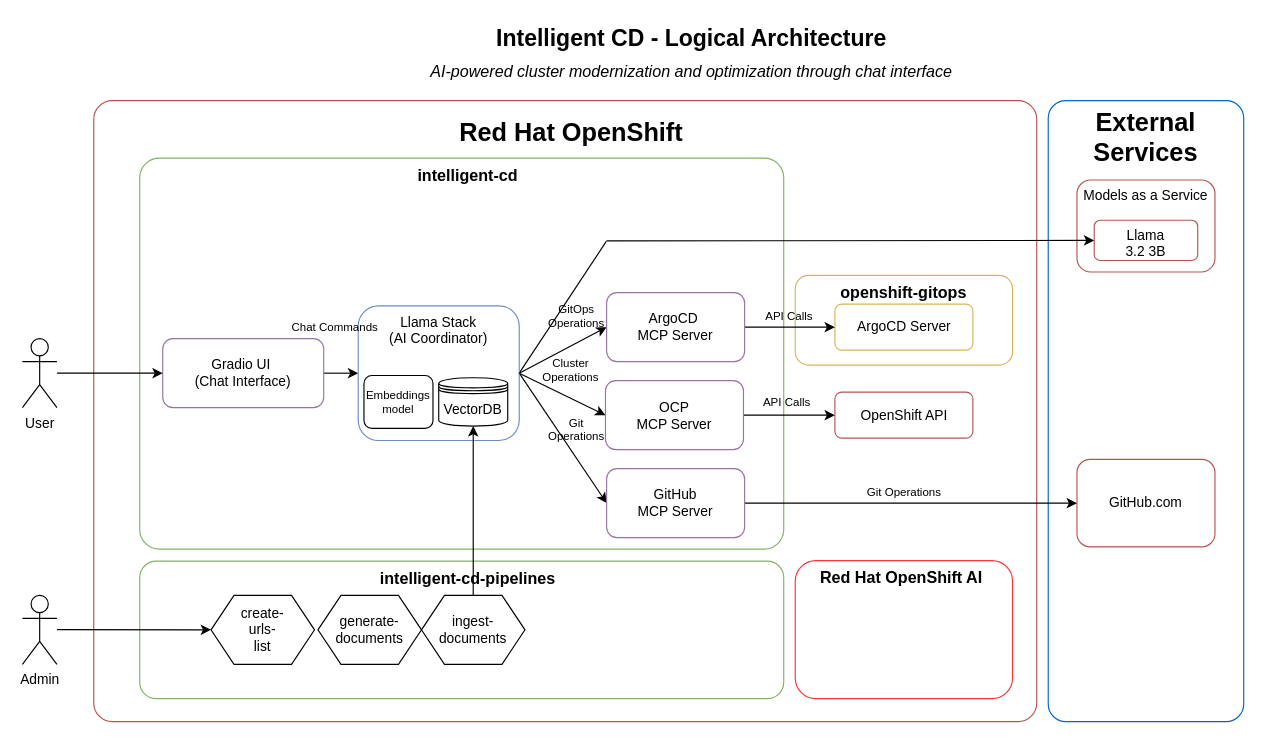
Before: architecture.drawio in alvarolop/intelligent-cd, a draw.io diagram. Source tidied: cells renumbered, new cells numbered last; positions are measured from the earlier drawing's top-left corner, leaving out a move shared by most shapes. Both pictures are drawn from the tidied source at 115%, with x=0, y=0 at pixel (22, 20).
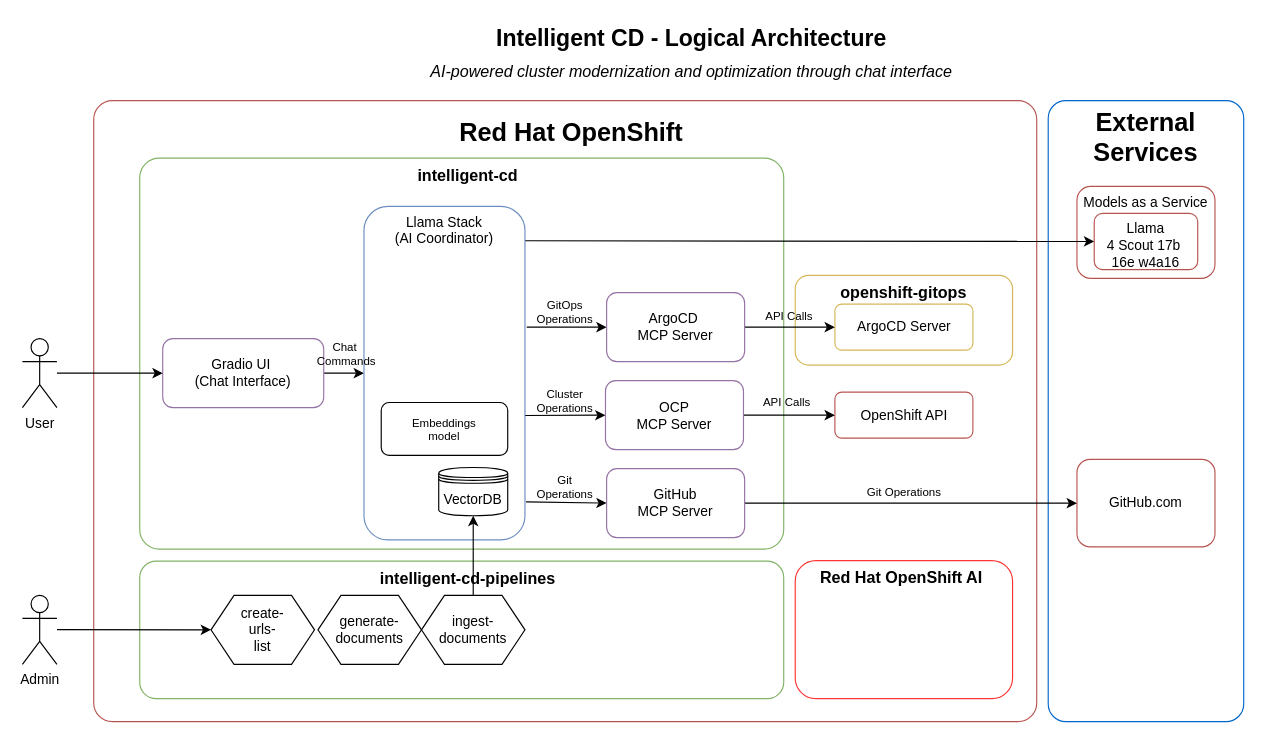
After the change.

The change refers to these unchanged cells:
```xml
<mxCell id="25" value="&lt;span style=&quot;color: rgb(0, 0, 0);&quot;&gt;ArgoCD&amp;nbsp;&lt;/span&gt;&lt;div&gt;&lt;span style=&quot;color: rgb(0, 0, 0);&quot;&gt;MCP Server&lt;/span&gt;&lt;/div&gt;" style="rounded=1;whiteSpace=wrap;html=1;fillColor=#ffffff;strokeColor=#9673a6;fontSize=12;" parent="1" vertex="1">
  <mxGeometry x="508" y="237" width="120" height="60" as="geometry" />
</mxCell>
<mxCell id="30" value="&lt;div&gt;&lt;span style=&quot;color: rgb(0, 0, 0);&quot;&gt;GitHub&lt;/span&gt;&lt;div&gt;&lt;span style=&quot;color: rgb(0, 0, 0);&quot;&gt;MCP Server&lt;/span&gt;&lt;/div&gt;" style="rounded=1;whiteSpace=wrap;html=1;fillColor=#ffffff;strokeColor=#9673a6;fontSize=12;" parent="1" vertex="1">
  <mxGeometry x="508" y="390" width="120" height="60" as="geometry" />
</mxCell>
<mxCell id="33" value="&lt;div&gt;&lt;span style=&quot;color: rgb(0, 0, 0);&quot;&gt;OCP&lt;/span&gt;&lt;/div&gt;&lt;div&gt;&lt;span style=&quot;color: rgb(0, 0, 0);&quot;&gt;MCP Server&lt;/span&gt;&lt;/div&gt;" style="rounded=1;whiteSpace=wrap;html=1;fillColor=#ffffff;strokeColor=#9673a6;fontSize=12;" parent="1" vertex="1">
  <mxGeometry x="507" y="313.5" width="120" height="60" as="geometry" />
</mxCell>
```

Change to the diagram source:
```diff
@@
-    <mxCell id="8" style="html=1;exitX=1;exitY=0.5;exitDx=0;exitDy=0;entryX=0;entryY=0.5;entryDx=0;entryDy=0;endArrow=none;endFill=0;" parent="1" edge="1" source="10" target="26">
-      <mxGeometry relative="1" as="geometry" />
-    </mxCell>
-    <mxCell id="9" style="edgeStyle=none;html=1;exitX=1;exitY=0.5;exitDx=0;exitDy=0;entryX=0;entryY=0.5;entryDx=0;entryDy=0;" parent="1" edge="1" source="10" target="30">
+    <mxCell id="9" style="edgeStyle=none;html=1;exitX=1.007;exitY=0.886;exitDx=0;exitDy=0;entryX=0;entryY=0.5;entryDx=0;entryDy=0;exitPerimeter=0;" parent="1" edge="1" source="10" target="30">
       <mxGeometry relative="1" as="geometry" />
     </mxCell>
     <mxCell id="10" value="Llama Stack&#10;(AI Coordinator)" style="rounded=1;whiteSpace=wrap;html=1;fillColor=none;strokeColor=#6c8ebf;fontSize=12;verticalAlign=top;" parent="1" vertex="1">
-      <mxGeometry x="292" y="248.5" width="140" height="117" as="geometry" />
+      <mxGeometry x="297" y="162" width="140" height="290" as="geometry" />
     </mxCell>
@@
-    <mxCell id="14" style="endArrow=classic;html=1;rounded=0;exitX=1;exitY=0.5;exitDx=0;exitDy=0;entryX=0;entryY=0.5;entryDx=0;entryDy=0;" parent="1" edge="1" source="10" target="25">
+    <mxCell id="14" style="endArrow=classic;html=1;rounded=0;exitX=1.011;exitY=0.362;exitDx=0;exitDy=0;entryX=0;entryY=0.5;entryDx=0;entryDy=0;exitPerimeter=0;" parent="1" edge="1" source="10" target="25">
       <mxGeometry relative="1" as="geometry" />
     </mxCell>
@@
-    <mxCell id="17" value="Chat Commands" style="text;html=1;strokeColor=none;fillColor=none;align=center;verticalAlign=middle;whiteSpace=wrap;rounded=0;fontSize=10;" parent="1" vertex="1">
-      <mxGeometry x="232" y="257" width="80" height="20" as="geometry" />
+    <mxCell id="17" value="Chat&amp;nbsp;&lt;div&gt;Commands&lt;/div&gt;" style="text;html=1;strokeColor=none;fillColor=none;align=center;verticalAlign=middle;whiteSpace=wrap;rounded=0;fontSize=10;" parent="1" vertex="1">
+      <mxGeometry x="242" y="280" width="80" height="20" as="geometry" />
     </mxCell>
     <mxCell id="18" value="Cluster Operations" style="text;html=1;strokeColor=none;fillColor=none;align=center;verticalAlign=middle;whiteSpace=wrap;rounded=0;fontSize=10;" parent="1" vertex="1">
-      <mxGeometry x="437" y="293.5" width="80" height="20" as="geometry" />
+      <mxGeometry x="432" y="321" width="80" height="20" as="geometry" />
     </mxCell>
     <mxCell id="19" value="GitOps Operations" style="text;html=1;strokeColor=none;fillColor=none;align=center;verticalAlign=middle;whiteSpace=wrap;rounded=0;fontSize=10;" parent="1" vertex="1">
-      <mxGeometry x="442" y="247" width="80" height="20" as="geometry" />
+      <mxGeometry x="432" y="244" width="80" height="20" as="geometry" />
     </mxCell>
@@
-    <mxCell id="26" style="rounded=1;whiteSpace=wrap;html=1;fillColor=#ffffff;strokeColor=none;fontSize=12;" parent="1" vertex="1">
-      <mxGeometry x="508" y="162" width="120" height="60" as="geometry" />
-    </mxCell>
@@
     <mxCell id="31" value="VectorDB" style="shape=datastore;whiteSpace=wrap;html=1;" parent="1" vertex="1">
-      <mxGeometry x="362" y="311" width="60" height="42" as="geometry" />
+      <mxGeometry x="362" y="389" width="60" height="42" as="geometry" />
     </mxCell>
-    <mxCell id="32" style="edgeStyle=none;html=1;exitX=1;exitY=0.5;exitDx=0;exitDy=0;entryX=0;entryY=0.5;entryDx=0;entryDy=0;" parent="1" edge="1" source="10" target="33">
+    <mxCell id="32" style="edgeStyle=none;html=1;exitX=1.002;exitY=0.627;exitDx=0;exitDy=0;entryX=0;entryY=0.5;entryDx=0;entryDy=0;exitPerimeter=0;" parent="1" edge="1" source="10" target="33">
       <mxGeometry relative="1" as="geometry" />
     </mxCell>
@@
     <mxCell id="34" value="&lt;div style=&quot;&quot;&gt;&lt;span style=&quot;background-color: transparent;&quot;&gt;Models as a Service&lt;/span&gt;&lt;/div&gt;" style="rounded=1;whiteSpace=wrap;html=1;fillColor=#ffffff;strokeColor=#b85450;fontSize=12;align=center;verticalAlign=top;" parent="1" vertex="1">
-      <mxGeometry x="917" y="139" width="120" height="80" as="geometry" />
+      <mxGeometry x="917" y="144.5" width="120" height="80" as="geometry" />
     </mxCell>
-    <mxCell id="35" value="&lt;div style=&quot;&quot;&gt;&lt;span style=&quot;background-color: transparent;&quot;&gt;Llama&lt;/span&gt;&lt;/div&gt;&lt;div style=&quot;&quot;&gt;&lt;span style=&quot;background-color: transparent;&quot;&gt;3.2 3B&lt;/span&gt;&lt;/div&gt;" style="rounded=1;whiteSpace=wrap;html=1;fillColor=#ffffff;strokeColor=#b85450;fontSize=12;align=center;verticalAlign=top;" parent="1" vertex="1">
-      <mxGeometry x="932" y="174" width="90" height="35" as="geometry" />
+    <mxCell id="35" value="&lt;div style=&quot;&quot;&gt;&lt;span style=&quot;background-color: transparent;&quot;&gt;Llama&lt;/span&gt;&lt;/div&gt;&lt;div style=&quot;&quot;&gt;&lt;span style=&quot;background-color: transparent;&quot;&gt;4 Scout 17b&amp;nbsp;&lt;/span&gt;&lt;/div&gt;&lt;div style=&quot;&quot;&gt;&lt;span style=&quot;background-color: transparent;&quot;&gt;16e w4a16&lt;/span&gt;&lt;/div&gt;" style="rounded=1;whiteSpace=wrap;html=1;fillColor=#ffffff;strokeColor=#b85450;fontSize=12;align=center;verticalAlign=top;" parent="1" vertex="1">
+      <mxGeometry x="932" y="168" width="90" height="49" as="geometry" />
     </mxCell>
-    <mxCell id="36" style="endArrow=classic;html=1;rounded=0;exitX=0;exitY=0.5;exitDx=0;exitDy=0;" parent="1" edge="1" source="26" target="35">
+    <mxCell id="36" style="endArrow=classic;html=1;rounded=0;exitX=1.002;exitY=0.103;exitDx=0;exitDy=0;exitPerimeter=0;" parent="1" edge="1" source="10" target="35">
       <mxGeometry relative="1" as="geometry" />
     </mxCell>
@@
     <mxCell id="45" value="&lt;div&gt;Embeddings&lt;/div&gt;&lt;div&gt;model&lt;/div&gt;" style="rounded=1;whiteSpace=wrap;html=1;fillColor=#ffffff;strokeColor=#000000;fontSize=10;align=center;verticalAlign=middle;" parent="1" vertex="1">
-      <mxGeometry x="297" y="309" width="60" height="46" as="geometry" />
+      <mxGeometry x="312" y="332.5" width="110" height="46" as="geometry" />
     </mxCell>
     <mxCell id="46" value="Git&lt;div&gt;Operations&lt;/div&gt;" style="text;html=1;strokeColor=none;fillColor=none;align=center;verticalAlign=middle;whiteSpace=wrap;rounded=0;fontSize=10;" parent="1" vertex="1">
-      <mxGeometry x="442" y="345.5" width="80" height="20" as="geometry" />
+      <mxGeometry x="432" y="396" width="80" height="20" as="geometry" />
     </mxCell>
```
